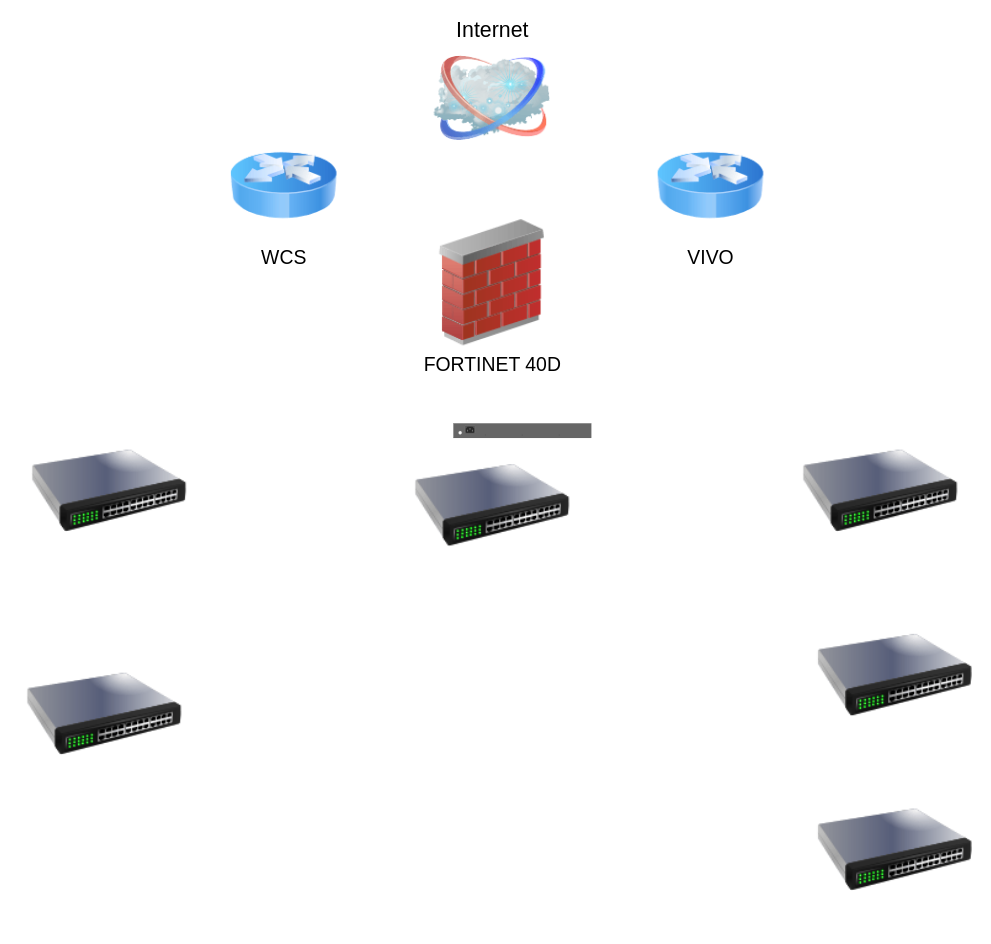
AndradeLeandro/Andrade keeps this draw.io diagram as 1002JACANA.drawio. Above is the earlier version. Source tidied: cells renumbered, new cells numbered last; positions are measured from the earlier drawing's top-left corner, leaving out a move shared by most shapes. Both pictures are drawn from the tidied source at 97%, with x=0, y=0 at pixel (26, 45).
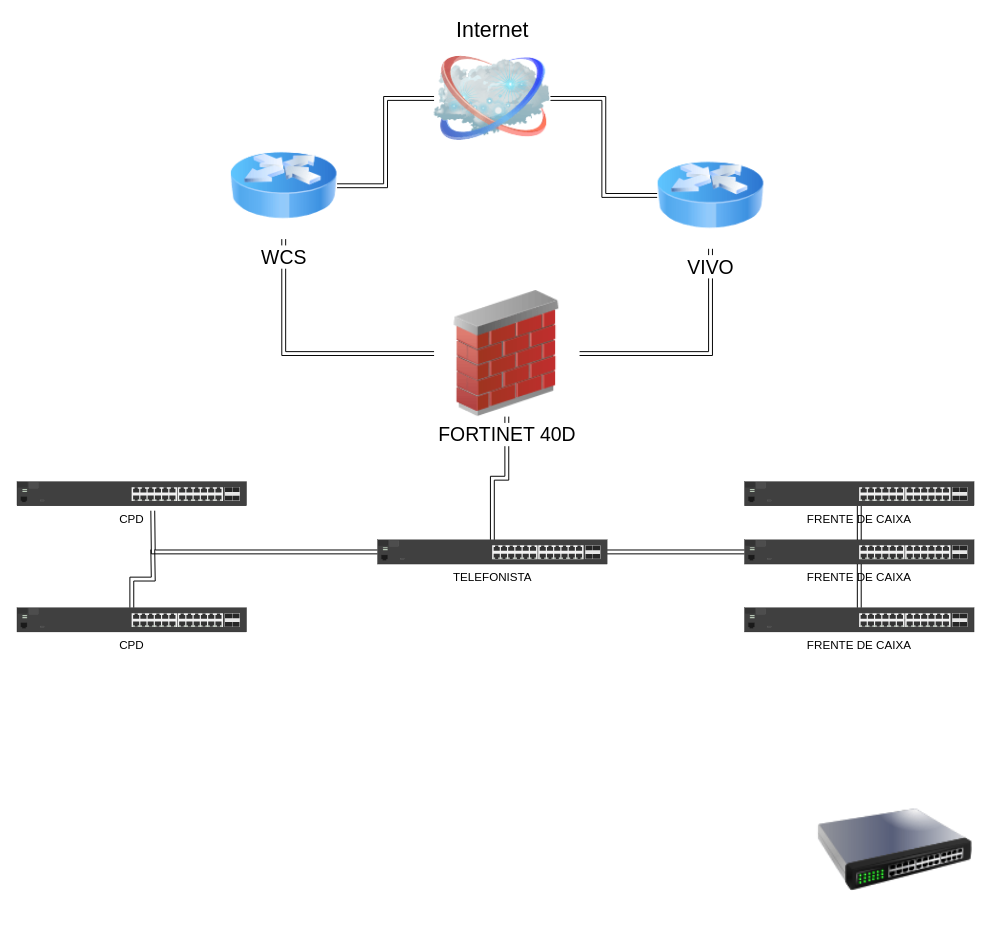
Above is the later version.

Unchanged cells that the change refers to:
```xml
<mxCell id="2" value="Internet" style="image;html=1;labelBackgroundColor=#ffffff;image=img/lib/clip_art/networking/Cloud_128x128.png;rounded=1;shadow=0;comic=0;strokeWidth=4;fontSize=22;labelPosition=center;verticalLabelPosition=top;align=center;verticalAlign=bottom;" parent="1" vertex="1">
  <mxGeometry x="420" width="120" height="110" as="geometry" />
</mxCell>
<mxCell id="5" value="&lt;font style=&quot;font-size: 20px&quot;&gt;WCS&lt;/font&gt;" style="image;html=1;image=img/lib/clip_art/networking/Router_Icon_128x128.png;" parent="1" vertex="1">
  <mxGeometry x="210" y="90" width="110" height="110" as="geometry" />
</mxCell>
```

Diff of the diagram source:
```diff
@@
+    <mxCell id="13" style="edgeStyle=orthogonalEdgeStyle;shape=link;rounded=0;jettySize=auto;html=1;" parent="1" edge="1" source="2" target="5">
+      <mxGeometry relative="1" as="geometry" />
+    </mxCell>
+    <mxCell id="14" style="edgeStyle=orthogonalEdgeStyle;shape=link;rounded=0;jettySize=auto;html=1;" parent="1" edge="1" source="2" target="11">
+      <mxGeometry relative="1" as="geometry" />
+    </mxCell>
@@
+    <mxCell id="15" style="edgeStyle=orthogonalEdgeStyle;shape=link;rounded=0;jettySize=auto;html=1;" parent="1" edge="1" source="3" target="11">
+      <mxGeometry relative="1" as="geometry" />
+    </mxCell>
+    <mxCell id="16" style="edgeStyle=orthogonalEdgeStyle;shape=link;rounded=0;jettySize=auto;html=1;" parent="1" edge="1" source="3" target="5">
+      <mxGeometry relative="1" as="geometry" />
+    </mxCell>
+    <mxCell id="17" style="edgeStyle=orthogonalEdgeStyle;shape=link;rounded=0;jettySize=auto;html=1;" parent="1" edge="1" source="3" target="23">
+      <mxGeometry relative="1" as="geometry" />
+    </mxCell>
     <mxCell id="3" value="&lt;span style=&quot;font-size: 20px&quot;&gt;FORTINET 40D&lt;/span&gt;" style="image;html=1;image=img/lib/clip_art/networking/Firewall_02_128x128.png;" parent="1" vertex="1">
-      <mxGeometry x="405" y="180" width="150" height="130" as="geometry" />
+      <mxGeometry x="420" y="253" width="150" height="130" as="geometry" />
     </mxCell>
-    <mxCell id="4" style="image;html=1;image=img/lib/clip_art/networking/Switch_128x128.png;" parent="1" vertex="1">
-      <mxGeometry x="5" y="380" width="160" height="160" as="geometry" />
-    </mxCell>
@@
-    <mxCell id="6" style="image;html=1;image=img/lib/clip_art/networking/Switch_128x128.png;" parent="1" vertex="1">
-      <mxGeometry x="400" y="395" width="160" height="160" as="geometry" />
-    </mxCell>
-    <mxCell id="7" style="image;html=1;image=img/lib/clip_art/networking/Switch_128x128.png;" parent="1" vertex="1">
-      <mxGeometry x="800" y="380" width="160" height="160" as="geometry" />
-    </mxCell>
-    <mxCell id="8" style="image;html=1;image=img/lib/clip_art/networking/Switch_128x128.png;" parent="1" vertex="1">
-      <mxGeometry y="610" width="160" height="160" as="geometry" />
-    </mxCell>
-    <mxCell id="9" style="image;html=1;image=img/lib/clip_art/networking/Switch_128x128.png;" parent="1" vertex="1">
-      <mxGeometry x="815" y="570" width="160" height="160" as="geometry" />
-    </mxCell>
@@
     <mxCell id="11" value="&lt;font style=&quot;font-size: 20px&quot;&gt;VIVO&lt;/font&gt;" style="image;html=1;image=img/lib/clip_art/networking/Router_Icon_128x128.png;" parent="1" vertex="1">
-      <mxGeometry x="650" y="90" width="110" height="110" as="geometry" />
+      <mxGeometry x="650" y="100" width="110" height="110" as="geometry" />
     </mxCell>
-    <mxCell id="12" style="html=1;verticalLabelPosition=bottom;verticalAlign=top;shadow=0;dashed=0;shape=mxgraph.rack.hpe_aruba.switches.jl559a_aruba_2930f_48g_poeplus_4sfpplus_740w_taa_switch_rear;fontSize=20;strokeWidth=4;" parent="1" vertex="1">
-      <mxGeometry x="440" y="390" width="142" height="15" as="geometry" />
-    </mxCell>
+    <mxCell id="18" value="CPD" style="html=1;verticalLabelPosition=bottom;verticalAlign=top;shadow=0;dashed=0;shape=mxgraph.rack.hpe_aruba.switches.j9776a_2530_24g_switch;" parent="1" vertex="1">
+      <mxGeometry x="-10" y="450" width="236.7" height="25" as="geometry" />
+    </mxCell>
+    <mxCell id="19" style="edgeStyle=orthogonalEdgeStyle;shape=link;rounded=0;jettySize=auto;html=1;" parent="1" edge="1" source="20">
+      <mxGeometry relative="1" as="geometry">
+        <mxPoint x="130" y="520" as="targetPoint" />
+      </mxGeometry>
+    </mxCell>
+    <mxCell id="20" value="CPD" style="html=1;verticalLabelPosition=bottom;verticalAlign=top;outlineConnect=0;shadow=0;dashed=0;shape=mxgraph.rack.hpe_aruba.switches.j9776a_2530_24g_switch;" parent="1" vertex="1">
+      <mxGeometry x="-10" y="580" width="236.7" height="25" as="geometry" />
+    </mxCell>
+    <mxCell id="21" style="edgeStyle=orthogonalEdgeStyle;shape=link;rounded=0;jettySize=auto;html=1;" parent="1" edge="1" source="23" target="26">
+      <mxGeometry relative="1" as="geometry" />
+    </mxCell>
+    <mxCell id="22" style="edgeStyle=orthogonalEdgeStyle;shape=link;rounded=0;jettySize=auto;html=1;" parent="1" edge="1" source="23">
+      <mxGeometry relative="1" as="geometry">
+        <mxPoint x="130" y="480" as="targetPoint" />
+      </mxGeometry>
+    </mxCell>
+    <mxCell id="23" value="TELEFONISTA" style="html=1;verticalLabelPosition=bottom;verticalAlign=top;outlineConnect=0;shadow=0;dashed=0;shape=mxgraph.rack.hpe_aruba.switches.j9776a_2530_24g_switch;" parent="1" vertex="1">
+      <mxGeometry x="361.7" y="510" width="236.7" height="25" as="geometry" />
+    </mxCell>
+    <mxCell id="24" style="edgeStyle=orthogonalEdgeStyle;shape=link;rounded=0;jettySize=auto;html=1;" parent="1" edge="1" source="25" target="27">
+      <mxGeometry relative="1" as="geometry" />
+    </mxCell>
+    <mxCell id="25" value="FRENTE DE CAIXA" style="html=1;verticalLabelPosition=bottom;verticalAlign=top;outlineConnect=0;shadow=0;dashed=0;shape=mxgraph.rack.hpe_aruba.switches.j9776a_2530_24g_switch;" parent="1" vertex="1">
+      <mxGeometry x="740" y="450" width="236.7" height="25" as="geometry" />
+    </mxCell>
+    <mxCell id="26" value="FRENTE DE CAIXA" style="html=1;verticalLabelPosition=bottom;verticalAlign=top;outlineConnect=0;shadow=0;dashed=0;shape=mxgraph.rack.hpe_aruba.switches.j9776a_2530_24g_switch;" parent="1" vertex="1">
+      <mxGeometry x="740" y="510" width="236.7" height="25" as="geometry" />
+    </mxCell>
+    <mxCell id="27" value="FRENTE DE CAIXA" style="html=1;verticalLabelPosition=bottom;verticalAlign=top;outlineConnect=0;shadow=0;dashed=0;shape=mxgraph.rack.hpe_aruba.switches.j9776a_2530_24g_switch;" parent="1" vertex="1">
+      <mxGeometry x="740" y="580" width="236.7" height="25" as="geometry" />
+    </mxCell>
```
